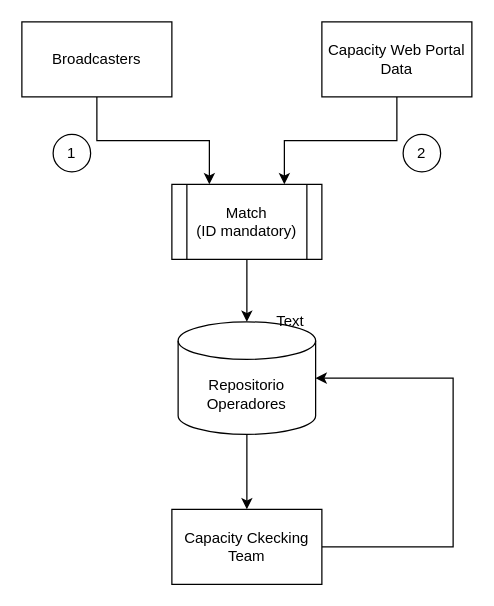
Before: draw.io/LaLiga/Chek_Aforo.drawio in icuefue/draw.io, a draw.io diagram. Source tidied: cells renumbered, new cells numbered last; positions are measured from the earlier drawing's top-left corner, leaving out a move shared by most shapes. Both pictures are drawn from the tidied source at 125%, with x=0, y=0 at pixel (21, 21).
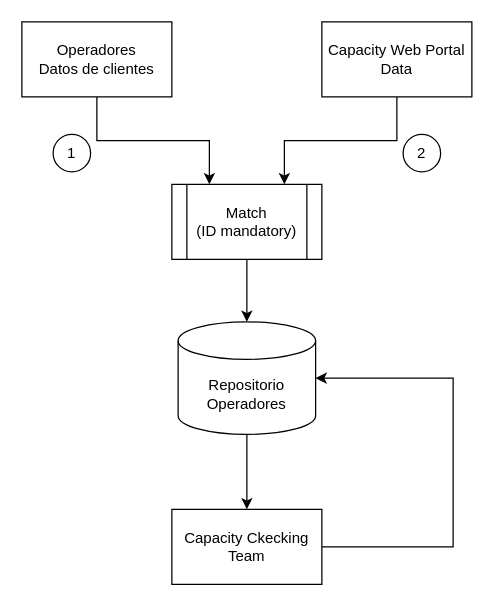
After the change.

The edit, as a diff of the source:
```diff
@@
 <mxGraphModel>
   <root>
     <mxCell id="0" />
     <mxCell id="1" parent="0" />
     <mxCell id="2" style="edgeStyle=orthogonalEdgeStyle;rounded=0;jettySize=auto;html=1;exitX=0.5;exitY=1;exitDx=0;exitDy=0;entryX=0.25;entryY=0;entryDx=0;entryDy=0;" parent="1" edge="1" source="3" target="9">
       <mxGeometry relative="1" as="geometry" />
     </mxCell>
-    <mxCell id="3" value="Broadcasters" style="rounded=0;whiteSpace=wrap;html=1;" parent="1" vertex="1">
+    <mxCell id="3" value="Operadores&lt;br&gt;Datos de clientes" style="rounded=0;whiteSpace=wrap;html=1;" parent="1" vertex="1">
       <mxGeometry width="120" height="60" as="geometry" />
     </mxCell>
     <mxCell id="4" style="edgeStyle=orthogonalEdgeStyle;rounded=0;jettySize=auto;html=1;exitX=0.5;exitY=1;exitDx=0;exitDy=0;entryX=0.75;entryY=0;entryDx=0;entryDy=0;" parent="1" edge="1" source="5" target="9">
       <mxGeometry relative="1" as="geometry" />
     </mxCell>
     <mxCell id="5" value="Capacity Web Portal&lt;br&gt;Data" style="rounded=0;whiteSpace=wrap;html=1;" parent="1" vertex="1">
       <mxGeometry x="240" width="120" height="60" as="geometry" />
     </mxCell>
     <mxCell id="6" style="edgeStyle=orthogonalEdgeStyle;rounded=0;jettySize=auto;html=1;exitX=0.5;exitY=1;exitDx=0;exitDy=0;exitPerimeter=0;" parent="1" edge="1" source="7" target="11">
       <mxGeometry relative="1" as="geometry" />
     </mxCell>
     <mxCell id="7" value="Repositorio&lt;br&gt;Operadores" style="shape=cylinder3;whiteSpace=wrap;html=1;boundedLbl=1;backgroundOutline=1;size=15;" parent="1" vertex="1">
       <mxGeometry x="125" y="240" width="110" height="90" as="geometry" />
     </mxCell>
     <mxCell id="8" style="edgeStyle=orthogonalEdgeStyle;rounded=0;jettySize=auto;html=1;exitX=0.5;exitY=1;exitDx=0;exitDy=0;entryX=0.5;entryY=0;entryDx=0;entryDy=0;entryPerimeter=0;" parent="1" edge="1" source="9" target="7">
       <mxGeometry relative="1" as="geometry" />
     </mxCell>
     <mxCell id="9" value="Match&lt;br&gt;(ID mandatory)" style="shape=process;whiteSpace=wrap;html=1;backgroundOutline=1;" parent="1" vertex="1">
       <mxGeometry x="120" y="130" width="120" height="60" as="geometry" />
     </mxCell>
     <mxCell id="10" style="edgeStyle=orthogonalEdgeStyle;rounded=0;jettySize=auto;html=1;exitX=1;exitY=0.5;exitDx=0;exitDy=0;entryX=1;entryY=0.5;entryDx=0;entryDy=0;entryPerimeter=0;" parent="1" edge="1" source="11" target="7">
       <mxGeometry relative="1" as="geometry">
         <Array as="points">
           <mxPoint x="345" y="420" />
           <mxPoint x="345" y="285" />
         </Array>
       </mxGeometry>
     </mxCell>
     <mxCell id="11" value="Capacity Ckecking Team" style="rounded=0;whiteSpace=wrap;html=1;" parent="1" vertex="1">
       <mxGeometry x="120" y="390" width="120" height="60" as="geometry" />
     </mxCell>
-    <mxCell id="12" value="Text" style="text;html=1;strokeColor=none;fillColor=none;align=center;verticalAlign=middle;whiteSpace=wrap;rounded=0;" parent="1" vertex="1">
-      <mxGeometry x="195" y="230" width="40" height="20" as="geometry" />
-    </mxCell>
     <mxCell id="13" value="1" style="ellipse;whiteSpace=wrap;html=1;" parent="1" vertex="1">
       <mxGeometry x="25" y="90" width="30" height="30" as="geometry" />
     </mxCell>
     <mxCell id="14" value="2" style="ellipse;whiteSpace=wrap;html=1;" parent="1" vertex="1">
       <mxGeometry x="305" y="90" width="30" height="30" as="geometry" />
     </mxCell>
   </root>
 </mxGraphModel>
```
